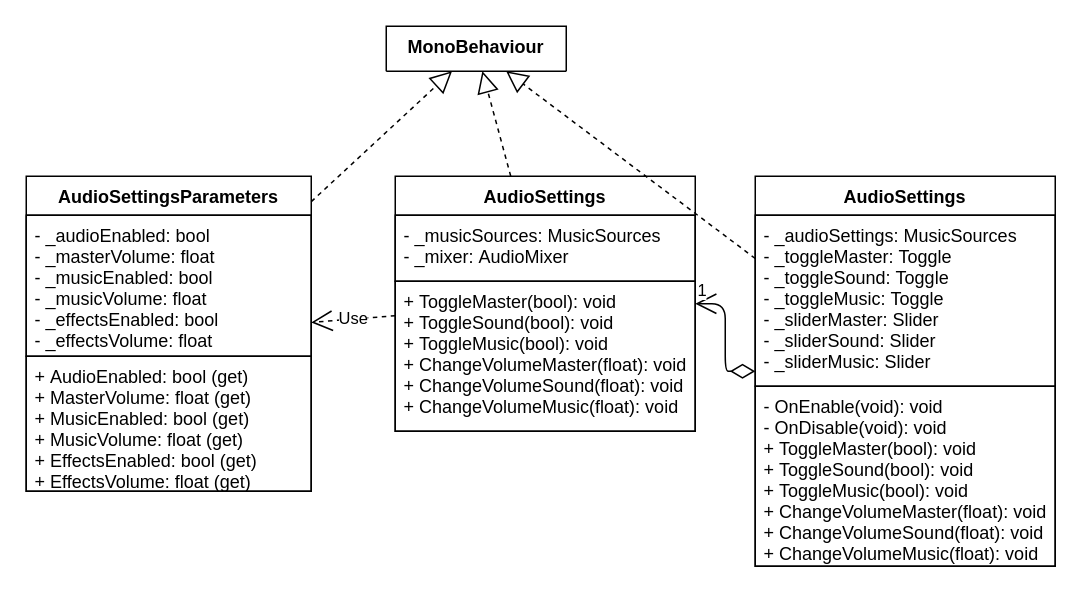
Kkamikadzee/Asteroids keeps this draw.io diagram as page "Settings" (2 of 2) of Other/Diagrams/Audio/Audio.drawio. Above is the earlier version. Source tidied: cells renumbered, new cells numbered last; positions are measured from the earlier drawing's top-left corner, leaving out a move shared by most shapes. Both pictures are drawn from the tidied source at 150%, with x=0, y=0 at pixel (26, 26).
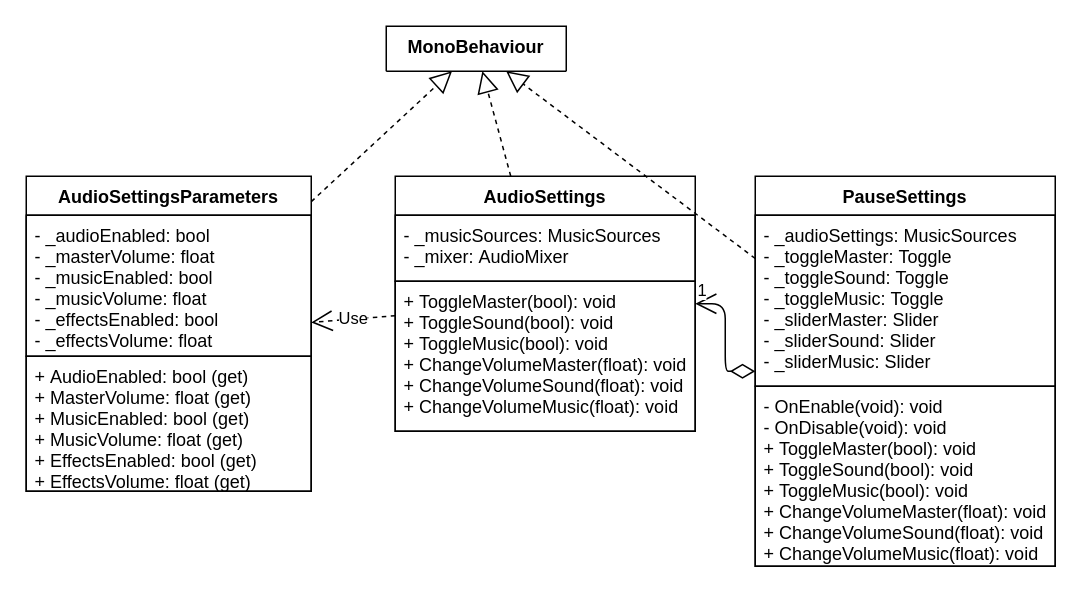
The same diagram, later.

Diff of the diagram source:
```diff
@@
 <mxGraphModel>
   <root>
     <mxCell id="0" />
     <mxCell id="1" parent="0" />
-    <mxCell id="2" value="AudioSettings" style="swimlane;fontStyle=1;align=center;verticalAlign=top;horizontal=1;startSize=26;spacing=2;" parent="1" vertex="1">
+    <mxCell id="2" value="PauseSettings" style="swimlane;fontStyle=1;align=center;verticalAlign=top;horizontal=1;startSize=26;spacing=2;" parent="1" vertex="1">
       <mxGeometry x="486" y="100" width="200" height="260" as="geometry" />
     </mxCell>
     <mxCell id="3" value="- _audioSettings: MusicSources&#10;- _toggleMaster: Toggle&#10;- _toggleSound: Toggle&#10;- _toggleMusic: Toggle&#10;- _sliderMaster: Slider&#10;- _sliderSound: Slider&#10;- _sliderMusic: Slider" style="text;fillColor=none;align=left;verticalAlign=top;spacingLeft=4;spacingRight=4;overflow=hidden;strokeColor=#000000;labelBackgroundColor=none;" parent="2" vertex="1">
       <mxGeometry y="26" width="200" height="114" as="geometry" />
     </mxCell>
     <mxCell id="4" value="- OnEnable(void): void&#10;- OnDisable(void): void&#10;+ ToggleMaster(bool): void&#10;+ ToggleSound(bool): void&#10;+ ToggleMusic(bool): void&#10;+ ChangeVolumeMaster(float): void&#10;+ ChangeVolumeSound(float): void&#10;+ ChangeVolumeMusic(float): void" style="text;fillColor=none;align=left;verticalAlign=top;spacingLeft=4;spacingRight=4;overflow=hidden;strokeColor=#000000;" parent="2" vertex="1">
       <mxGeometry y="140" width="200" height="120" as="geometry" />
     </mxCell>
     <mxCell id="5" value="AudioSettings" style="swimlane;fontStyle=1;align=center;verticalAlign=top;horizontal=1;startSize=26;spacing=2;" parent="1" vertex="1">
       <mxGeometry x="246" y="100" width="200" height="170" as="geometry" />
     </mxCell>
     <mxCell id="6" value="- _musicSources: MusicSources&#10;- _mixer: AudioMixer" style="text;fillColor=none;align=left;verticalAlign=top;spacingLeft=4;spacingRight=4;overflow=hidden;strokeColor=#000000;labelBackgroundColor=none;" parent="5" vertex="1">
       <mxGeometry y="26" width="200" height="44" as="geometry" />
     </mxCell>
     <mxCell id="7" value="+ ToggleMaster(bool): void&#10;+ ToggleSound(bool): void&#10;+ ToggleMusic(bool): void&#10;+ ChangeVolumeMaster(float): void&#10;+ ChangeVolumeSound(float): void&#10;+ ChangeVolumeMusic(float): void" style="text;fillColor=none;align=left;verticalAlign=top;spacingLeft=4;spacingRight=4;overflow=hidden;strokeColor=#000000;" parent="5" vertex="1">
       <mxGeometry y="70" width="200" height="100" as="geometry" />
     </mxCell>
     <mxCell id="8" value="MonoBehaviour" style="swimlane;fontStyle=1;align=center;verticalAlign=top;horizontal=1;startSize=30;" parent="1" vertex="1" collapsed="1">
       <mxGeometry x="240" width="120" height="30" as="geometry" />
     </mxCell>
     <mxCell id="9" value="AudioSettingsParameters" style="swimlane;fontStyle=1;align=center;verticalAlign=top;horizontal=1;startSize=26;spacing=2;" parent="1" vertex="1">
       <mxGeometry y="100" width="190" height="210" as="geometry" />
     </mxCell>
     <mxCell id="10" value="- _audioEnabled: bool&#10;- _masterVolume: float&#10;- _musicEnabled: bool&#10;- _musicVolume: float&#10;- _effectsEnabled: bool&#10;- _effectsVolume: float&#10;" style="text;fillColor=none;align=left;verticalAlign=top;spacingLeft=4;spacingRight=4;overflow=hidden;strokeColor=#000000;labelBackgroundColor=none;" parent="9" vertex="1">
       <mxGeometry y="26" width="190" height="94" as="geometry" />
     </mxCell>
     <mxCell id="11" value="+ AudioEnabled: bool (get)&#10;+ MasterVolume: float (get)&#10;+ MusicEnabled: bool (get)&#10;+ MusicVolume: float (get)&#10;+ EffectsEnabled: bool (get)&#10;+ EffectsVolume: float (get)" style="text;fillColor=none;align=left;verticalAlign=top;spacingLeft=4;spacingRight=4;overflow=hidden;strokeColor=#000000;" parent="9" vertex="1">
       <mxGeometry y="120" width="190" height="90" as="geometry" />
     </mxCell>
     <mxCell id="12" style="endArrow=block;dashed=1;endFill=0;endSize=12;html=1;" parent="1" edge="1" source="9" target="8">
       <mxGeometry relative="1" as="geometry" />
     </mxCell>
     <mxCell id="13" value="Use" style="endArrow=open;endSize=12;dashed=1;html=1;" parent="1" edge="1" source="5" target="9">
       <mxGeometry relative="1" as="geometry" />
     </mxCell>
     <mxCell id="14" style="endArrow=block;dashed=1;endFill=0;endSize=12;html=1;" parent="1" edge="1" source="5" target="8">
       <mxGeometry relative="1" as="geometry" />
     </mxCell>
     <mxCell id="15" style="endArrow=block;dashed=1;endFill=0;endSize=12;html=1;" parent="1" edge="1" source="2" target="8">
       <mxGeometry relative="1" as="geometry" />
     </mxCell>
     <mxCell id="16" value="1" style="endArrow=open;html=1;endSize=12;startArrow=diamondThin;startSize=14;startFill=0;edgeStyle=orthogonalEdgeStyle;align=left;verticalAlign=bottom;" parent="1" edge="1" source="2" target="5">
       <mxGeometry x="1" relative="1" as="geometry" />
     </mxCell>
   </root>
 </mxGraphModel>
```
